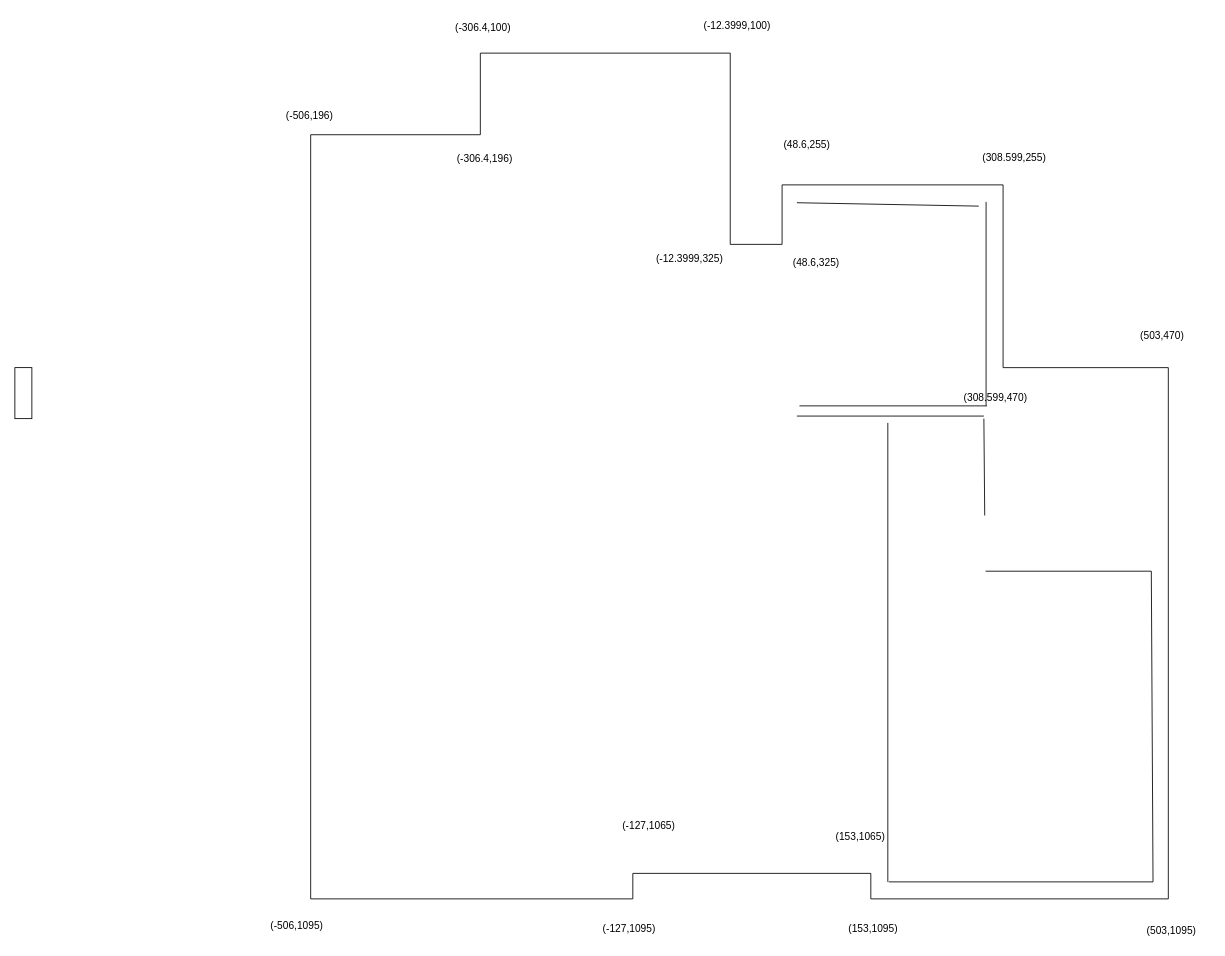
This is 工具/Untitled Diagram.drawio from leexiaozheng/summary, a draw.io file, before an edit. Source tidied: cells renumbered, new cells numbered last; positions are measured from the earlier drawing's top-left corner, leaving out a move shared by most shapes. Both pictures are drawn from the tidied source at 85%, with x=0, y=0 at pixel (14, 14).
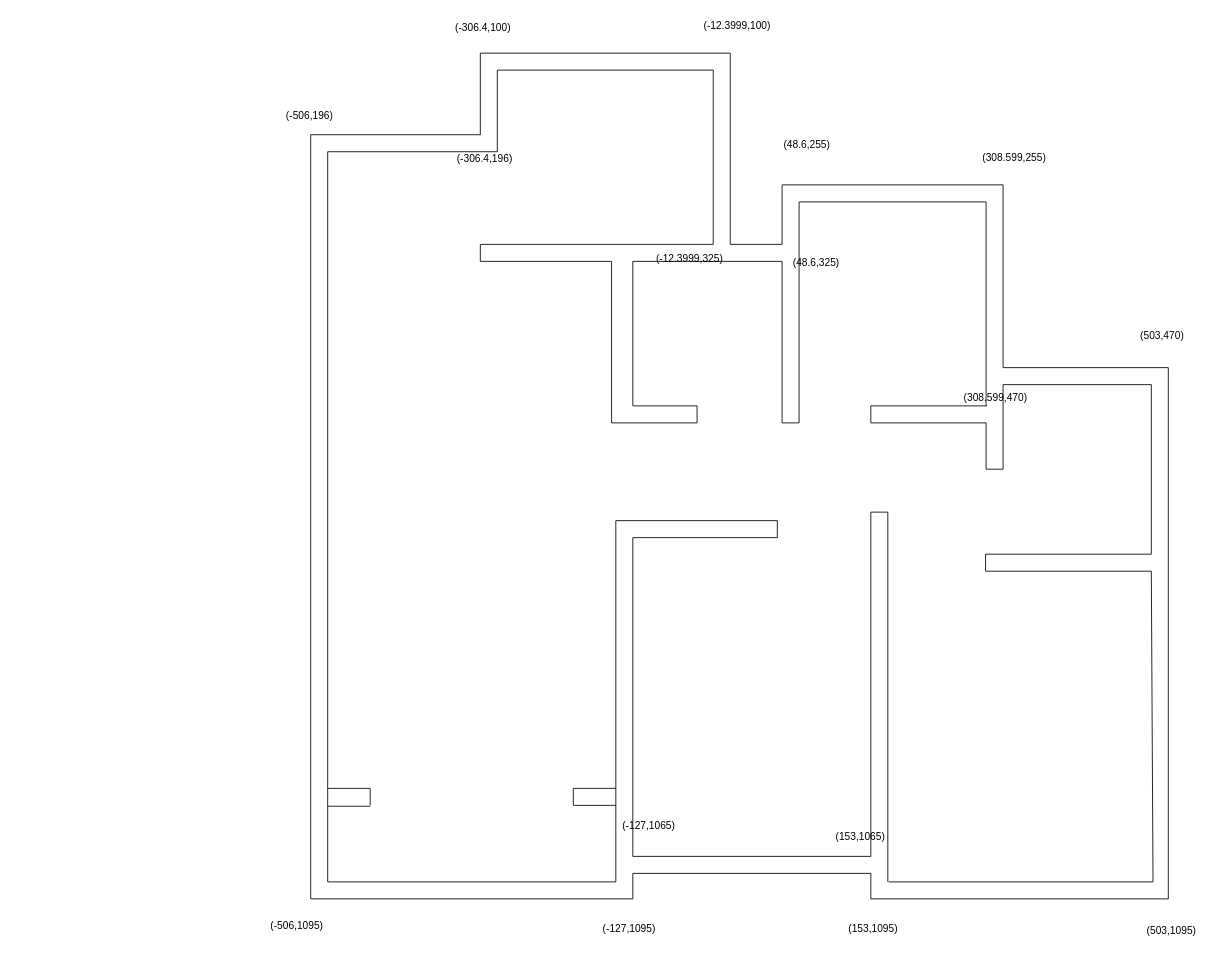
The same diagram, later.

Commit message:
添加室内墙

Change to the diagram source:
```diff
@@
     <mxCell id="37" style="endArrow=none;html=1;targetPerimeterSpacing=10;" parent="1" edge="1">
       <mxGeometry relative="1" as="geometry">
-        <mxPoint x="1027" y="480" as="sourcePoint" />
+        <mxPoint x="1027" y="585" as="sourcePoint" />
         <mxPoint x="1027" y="1020" as="targetPoint" />
       </mxGeometry>
     </mxCell>
     <mxCell id="38" style="endArrow=none;html=1;targetPerimeterSpacing=10;" parent="1" edge="1">
       <mxGeometry relative="1" as="geometry">
-        <mxPoint x="923" y="460" as="sourcePoint" />
+        <mxPoint x="1007" y="460" as="sourcePoint" />
         <mxPoint x="1143.6" y="460" as="targetPoint" />
       </mxGeometry>
     </mxCell>
     <mxCell id="39" style="endArrow=none;html=1;targetPerimeterSpacing=10;" parent="1" edge="1">
       <mxGeometry relative="1" as="geometry">
-        <mxPoint x="920" y="221" as="sourcePoint" />
-        <mxPoint x="1134" y="225" as="targetPoint" />
+        <mxPoint x="922.6" y="220" as="sourcePoint" />
+        <mxPoint x="1142.6" y="220" as="targetPoint" />
       </mxGeometry>
     </mxCell>
     <mxCell id="40" style="endArrow=none;html=1;targetPerimeterSpacing=10;" parent="1" edge="1">
       <mxGeometry relative="1" as="geometry">
-        <mxPoint x="920" y="472" as="sourcePoint" />
-        <mxPoint x="1140" y="472" as="targetPoint" />
+        <mxPoint x="1007" y="480" as="sourcePoint" />
+        <mxPoint x="1142.6" y="480" as="targetPoint" />
       </mxGeometry>
     </mxCell>
@@
     <mxCell id="42" style="endArrow=none;html=1;targetPerimeterSpacing=10;" parent="1" edge="1">
       <mxGeometry relative="1" as="geometry">
-        <mxPoint x="1141" y="589" as="sourcePoint" />
-        <mxPoint x="1140" y="475" as="targetPoint" />
+        <mxPoint x="1142.6" y="534.5" as="sourcePoint" />
+        <mxPoint x="1142.6" y="480" as="targetPoint" />
       </mxGeometry>
     </mxCell>
-    <mxCell id="43" style="rounded=0;whiteSpace=wrap;html=1;" parent="1" vertex="1">
-      <mxGeometry y="415" width="20" height="60" as="geometry" />
-    </mxCell>
+    <mxCell id="44" style="endArrow=none;html=1;" parent="1" edge="1">
+      <mxGeometry relative="1" as="geometry">
+        <mxPoint x="1142" y="634.5" as="sourcePoint" />
+        <mxPoint x="1337" y="634.5" as="targetPoint" />
+      </mxGeometry>
+    </mxCell>
+    <mxCell id="45" style="endArrow=none;html=1;" parent="1" edge="1">
+      <mxGeometry relative="1" as="geometry">
+        <mxPoint x="1142" y="654.5" as="sourcePoint" />
+        <mxPoint x="1142" y="634.5" as="targetPoint" />
+      </mxGeometry>
+    </mxCell>
+    <mxCell id="46" style="endArrow=none;html=1;" parent="1" edge="1">
+      <mxGeometry relative="1" as="geometry">
+        <mxPoint x="1337" y="634.5" as="sourcePoint" />
+        <mxPoint x="1337" y="435" as="targetPoint" />
+      </mxGeometry>
+    </mxCell>
+    <mxCell id="47" style="endArrow=none;html=1;" parent="1" edge="1">
+      <mxGeometry relative="1" as="geometry">
+        <mxPoint x="1337" y="435" as="sourcePoint" />
+        <mxPoint x="1162.6" y="435" as="targetPoint" />
+      </mxGeometry>
+    </mxCell>
+    <mxCell id="48" style="endArrow=none;html=1;" parent="1" edge="1">
+      <mxGeometry relative="1" as="geometry">
+        <mxPoint x="1162.6" y="435" as="sourcePoint" />
+        <mxPoint x="1162.6" y="534.5" as="targetPoint" />
+      </mxGeometry>
+    </mxCell>
+    <mxCell id="49" style="endArrow=none;html=1;" parent="1" edge="1">
+      <mxGeometry relative="1" as="geometry">
+        <mxPoint x="1162.6" y="534.5" as="sourcePoint" />
+        <mxPoint x="1142.6" y="534.5" as="targetPoint" />
+      </mxGeometry>
+    </mxCell>
+    <mxCell id="50" style="endArrow=none;html=1;" parent="1" edge="1">
+      <mxGeometry relative="1" as="geometry">
+        <mxPoint x="922.6" y="220" as="sourcePoint" />
+        <mxPoint x="922.6" y="480" as="targetPoint" />
+      </mxGeometry>
+    </mxCell>
+    <mxCell id="51" style="endArrow=none;html=1;" parent="1" edge="1">
+      <mxGeometry relative="1" as="geometry">
+        <mxPoint x="1007" y="990" as="sourcePoint" />
+        <mxPoint x="1007" y="585" as="targetPoint" />
+      </mxGeometry>
+    </mxCell>
+    <mxCell id="52" style="endArrow=none;html=1;" parent="1" edge="1">
+      <mxGeometry relative="1" as="geometry">
+        <mxPoint x="727" y="990" as="sourcePoint" />
+        <mxPoint x="1007" y="990" as="targetPoint" />
+      </mxGeometry>
+    </mxCell>
+    <mxCell id="53" style="endArrow=none;html=1;" parent="1" edge="1">
+      <mxGeometry relative="1" as="geometry">
+        <mxPoint x="727" y="990" as="sourcePoint" />
+        <mxPoint x="727" y="615" as="targetPoint" />
+      </mxGeometry>
+    </mxCell>
+    <mxCell id="54" style="endArrow=none;html=1;" parent="1" edge="1">
+      <mxGeometry relative="1" as="geometry">
+        <mxPoint x="1027" y="585" as="sourcePoint" />
+        <mxPoint x="1007" y="585" as="targetPoint" />
+      </mxGeometry>
+    </mxCell>
+    <mxCell id="55" style="endArrow=none;html=1;" parent="1" edge="1">
+      <mxGeometry relative="1" as="geometry">
+        <mxPoint x="727" y="615" as="sourcePoint" />
+        <mxPoint x="897" y="615" as="targetPoint" />
+      </mxGeometry>
+    </mxCell>
+    <mxCell id="56" style="endArrow=none;html=1;" parent="1" edge="1">
+      <mxGeometry relative="1" as="geometry">
+        <mxPoint x="707" y="1020" as="sourcePoint" />
+        <mxPoint x="707" y="595" as="targetPoint" />
+      </mxGeometry>
+    </mxCell>
+    <mxCell id="57" style="endArrow=none;html=1;" parent="1" edge="1">
+      <mxGeometry relative="1" as="geometry">
+        <mxPoint x="657" y="910" as="sourcePoint" />
+        <mxPoint x="707" y="910" as="targetPoint" />
+      </mxGeometry>
+    </mxCell>
+    <mxCell id="58" style="endArrow=none;html=1;" parent="1" edge="1">
+      <mxGeometry relative="1" as="geometry">
+        <mxPoint x="368" y="910" as="sourcePoint" />
+        <mxPoint x="418" y="910" as="targetPoint" />
+      </mxGeometry>
+    </mxCell>
+    <mxCell id="59" style="endArrow=none;html=1;" parent="1" edge="1">
+      <mxGeometry relative="1" as="geometry">
+        <mxPoint x="368" y="931" as="sourcePoint" />
+        <mxPoint x="418" y="931" as="targetPoint" />
+      </mxGeometry>
+    </mxCell>
+    <mxCell id="60" style="endArrow=none;html=1;" parent="1" edge="1">
+      <mxGeometry relative="1" as="geometry">
+        <mxPoint x="368" y="1020" as="sourcePoint" />
+        <mxPoint x="707" y="1020" as="targetPoint" />
+      </mxGeometry>
+    </mxCell>
+    <mxCell id="61" style="endArrow=none;html=1;" parent="1" edge="1">
+      <mxGeometry relative="1" as="geometry">
+        <mxPoint x="657" y="930" as="sourcePoint" />
+        <mxPoint x="657" y="910" as="targetPoint" />
+      </mxGeometry>
+    </mxCell>
+    <mxCell id="62" style="endArrow=none;html=1;" parent="1" edge="1">
+      <mxGeometry relative="1" as="geometry">
+        <mxPoint x="418" y="910" as="sourcePoint" />
+        <mxPoint x="418" y="930" as="targetPoint" />
+      </mxGeometry>
+    </mxCell>
+    <mxCell id="63" style="endArrow=none;html=1;" parent="1" edge="1">
+      <mxGeometry relative="1" as="geometry">
+        <mxPoint x="657" y="930" as="sourcePoint" />
+        <mxPoint x="707" y="930" as="targetPoint" />
+      </mxGeometry>
+    </mxCell>
+    <mxCell id="64" style="endArrow=none;html=1;" parent="1" edge="1">
+      <mxGeometry relative="1" as="geometry">
+        <mxPoint x="368" y="1020" as="sourcePoint" />
+        <mxPoint x="368" y="161" as="targetPoint" />
+      </mxGeometry>
+    </mxCell>
+    <mxCell id="65" style="endArrow=none;html=1;" parent="1" edge="1">
+      <mxGeometry relative="1" as="geometry">
+        <mxPoint x="702" y="290" as="sourcePoint" />
+        <mxPoint x="547.6" y="290" as="targetPoint" />
+      </mxGeometry>
+    </mxCell>
+    <mxCell id="66" style="endArrow=none;html=1;" parent="1" edge="1">
+      <mxGeometry relative="1" as="geometry">
+        <mxPoint x="368" y="161" as="sourcePoint" />
+        <mxPoint x="567.6" y="161" as="targetPoint" />
+      </mxGeometry>
+    </mxCell>
+    <mxCell id="67" style="endArrow=none;html=1;" parent="1" edge="1">
+      <mxGeometry relative="1" as="geometry">
+        <mxPoint x="567.6" y="65" as="sourcePoint" />
+        <mxPoint x="821.6" y="65" as="targetPoint" />
+      </mxGeometry>
+    </mxCell>
+    <mxCell id="68" style="endArrow=none;html=1;" parent="1" edge="1">
+      <mxGeometry relative="1" as="geometry">
+        <mxPoint x="821.6" y="65" as="sourcePoint" />
+        <mxPoint x="821.6" y="270" as="targetPoint" />
+      </mxGeometry>
+    </mxCell>
+    <mxCell id="69" style="endArrow=none;html=1;" parent="1" edge="1">
+      <mxGeometry relative="1" as="geometry">
+        <mxPoint x="547.6" y="270" as="sourcePoint" />
+        <mxPoint x="821.6" y="270" as="targetPoint" />
+      </mxGeometry>
+    </mxCell>
+    <mxCell id="70" style="endArrow=none;html=1;" parent="1" edge="1">
+      <mxGeometry relative="1" as="geometry">
+        <mxPoint x="567.6" y="161" as="sourcePoint" />
+        <mxPoint x="567.6" y="65" as="targetPoint" />
+      </mxGeometry>
+    </mxCell>
+    <mxCell id="71" style="endArrow=none;html=1;" parent="1" edge="1">
+      <mxGeometry relative="1" as="geometry">
+        <mxPoint x="727" y="290" as="sourcePoint" />
+        <mxPoint x="902.6" y="290" as="targetPoint" />
+      </mxGeometry>
+    </mxCell>
+    <mxCell id="72" style="endArrow=none;html=1;" parent="1" edge="1">
+      <mxGeometry relative="1" as="geometry">
+        <mxPoint x="902.6" y="480" as="sourcePoint" />
+        <mxPoint x="902.6" y="290" as="targetPoint" />
+      </mxGeometry>
+    </mxCell>
+    <mxCell id="73" style="endArrow=none;html=1;" parent="1" edge="1">
+      <mxGeometry relative="1" as="geometry">
+        <mxPoint x="727" y="460" as="sourcePoint" />
+        <mxPoint x="802.6" y="460" as="targetPoint" />
+      </mxGeometry>
+    </mxCell>
+    <mxCell id="74" style="endArrow=none;html=1;" parent="1" edge="1">
+      <mxGeometry relative="1" as="geometry">
+        <mxPoint x="727" y="290" as="sourcePoint" />
+        <mxPoint x="727" y="460" as="targetPoint" />
+      </mxGeometry>
+    </mxCell>
+    <mxCell id="75" style="endArrow=none;html=1;" parent="1" edge="1">
+      <mxGeometry relative="1" as="geometry">
+        <mxPoint x="702" y="480" as="sourcePoint" />
+        <mxPoint x="802.6" y="480" as="targetPoint" />
+      </mxGeometry>
+    </mxCell>
+    <mxCell id="76" style="endArrow=none;html=1;" parent="1" edge="1">
+      <mxGeometry relative="1" as="geometry">
+        <mxPoint x="707" y="595" as="sourcePoint" />
+        <mxPoint x="897" y="595" as="targetPoint" />
+      </mxGeometry>
+    </mxCell>
+    <mxCell id="77" style="endArrow=none;html=1;" parent="1" edge="1">
+      <mxGeometry relative="1" as="geometry">
+        <mxPoint x="897" y="595" as="sourcePoint" />
+        <mxPoint x="897" y="615" as="targetPoint" />
+      </mxGeometry>
+    </mxCell>
+    <mxCell id="78" style="endArrow=none;html=1;" parent="1" edge="1">
+      <mxGeometry relative="1" as="geometry">
+        <mxPoint x="802.6" y="480" as="sourcePoint" />
+        <mxPoint x="802.6" y="460" as="targetPoint" />
+      </mxGeometry>
+    </mxCell>
+    <mxCell id="79" style="endArrow=none;html=1;" parent="1" edge="1">
+      <mxGeometry relative="1" as="geometry">
+        <mxPoint x="702" y="480" as="sourcePoint" />
+        <mxPoint x="702" y="290" as="targetPoint" />
+      </mxGeometry>
+    </mxCell>
+    <mxCell id="80" style="endArrow=none;html=1;" parent="1" edge="1">
+      <mxGeometry relative="1" as="geometry">
+        <mxPoint x="1007" y="460" as="sourcePoint" />
+        <mxPoint x="1007" y="480" as="targetPoint" />
+      </mxGeometry>
+    </mxCell>
+    <mxCell id="81" style="endArrow=none;html=1;" parent="1" edge="1">
+      <mxGeometry relative="1" as="geometry">
+        <mxPoint x="902.6" y="480" as="sourcePoint" />
+        <mxPoint x="922.6" y="480" as="targetPoint" />
+      </mxGeometry>
+    </mxCell>
+    <mxCell id="82" style="endArrow=none;html=1;" parent="1" edge="1">
+      <mxGeometry relative="1" as="geometry">
+        <mxPoint x="547.6" y="290" as="sourcePoint" />
+        <mxPoint x="547.6" y="270" as="targetPoint" />
+      </mxGeometry>
+    </mxCell>
```
